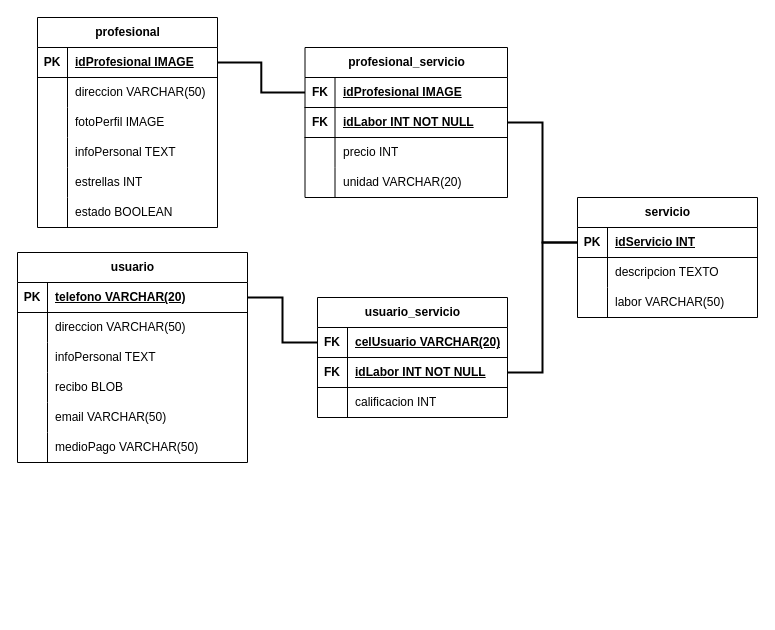
This is Diagramas/Diagrama Relacional.drawio from Hazzard1912/domesticapp, a draw.io file, before an edit. Source tidied: cells renumbered, new cells numbered last; positions are measured from the earlier drawing's top-left corner, leaving out a move shared by most shapes. Both pictures are drawn from the tidied source at 100%, with x=0, y=0 at pixel (17, 17).
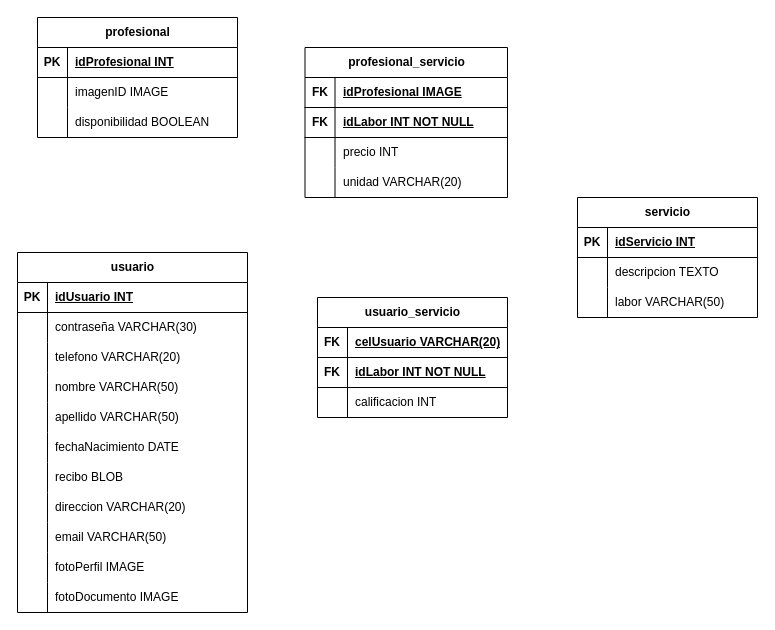
The same page after the edit.

Unchanged cells that the change refers to:
```xml
<mxCell id="22" style="shape=tableRow;horizontal=0;startSize=0;swimlaneHead=0;swimlaneBody=0;fillColor=none;points=[[0,0.5],[1,0.5]];portConstraint=eastwest;top=0;left=0;right=0;bottom=1;" parent="21" vertex="1">
  <mxGeometry y="30" width="180" height="30" as="geometry" />
</mxCell>
<mxCell id="32" style="shape=tableRow;horizontal=0;startSize=0;swimlaneHead=0;swimlaneBody=0;fillColor=none;points=[[0,0.5],[1,0.5]];portConstraint=eastwest;top=0;left=0;right=0;bottom=1;" parent="31" vertex="1">
  <mxGeometry y="30" width="230" height="30" as="geometry" />
</mxCell>
<mxCell id="35" style="shape=tableRow;horizontal=0;startSize=0;swimlaneHead=0;swimlaneBody=0;fillColor=none;top=0;left=0;right=0;bottom=0;" parent="31" vertex="1">
  <mxGeometry y="60" width="230" height="30" as="geometry" />
</mxCell>
<mxCell id="38" style="shape=tableRow;horizontal=0;startSize=0;swimlaneHead=0;swimlaneBody=0;fillColor=none;top=0;left=0;right=0;bottom=0;" parent="31" vertex="1">
  <mxGeometry y="90" width="230" height="30" as="geometry" />
</mxCell>
<mxCell id="41" style="shape=tableRow;horizontal=0;startSize=0;swimlaneHead=0;swimlaneBody=0;fillColor=none;top=0;left=0;right=0;bottom=0;" parent="31" vertex="1">
  <mxGeometry y="120" width="230" height="30" as="geometry" />
</mxCell>
<mxCell id="44" style="shape=tableRow;horizontal=0;startSize=0;swimlaneHead=0;swimlaneBody=0;fillColor=none;top=0;left=0;right=0;bottom=0;" parent="31" vertex="1">
  <mxGeometry y="150" width="230" height="30" as="geometry" />
</mxCell>
<mxCell id="47" style="shape=tableRow;horizontal=0;startSize=0;swimlaneHead=0;swimlaneBody=0;fillColor=none;top=0;left=0;right=0;bottom=0;" parent="31" vertex="1">
  <mxGeometry y="180" width="230" height="30" as="geometry" />
</mxCell>
<mxCell id="51" style="shape=tableRow;horizontal=0;startSize=0;swimlaneHead=0;swimlaneBody=0;fillColor=none;points=[[0,0.5],[1,0.5]];portConstraint=eastwest;top=0;left=0;right=0;bottom=1;" parent="50" vertex="1">
  <mxGeometry y="30" width="202.5" height="30" as="geometry" />
</mxCell>
<mxCell id="54" style="shape=tableRow;horizontal=0;startSize=0;swimlaneHead=0;swimlaneBody=0;fillColor=none;points=[[0,0.5],[1,0.5]];portConstraint=eastwest;top=0;left=0;right=0;bottom=1;" parent="50" vertex="1">
  <mxGeometry y="60" width="202.5" height="30" as="geometry" />
</mxCell>
<mxCell id="64" style="shape=tableRow;horizontal=0;startSize=0;swimlaneHead=0;swimlaneBody=0;fillColor=none;points=[[0,0.5],[1,0.5]];portConstraint=eastwest;top=0;left=0;right=0;bottom=1;" parent="63" vertex="1">
  <mxGeometry y="30" width="190" height="30" as="geometry" />
</mxCell>
<mxCell id="67" style="shape=tableRow;horizontal=0;startSize=0;swimlaneHead=0;swimlaneBody=0;fillColor=none;points=[[0,0.5],[1,0.5]];portConstraint=eastwest;top=0;left=0;right=0;bottom=1;" parent="63" vertex="1">
  <mxGeometry y="60" width="190" height="30" as="geometry" />
</mxCell>
```

Diff of the diagram source:
```diff
@@
     <mxCell id="2" value="profesional" style="shape=table;startSize=30;childLayout=tableLayout;rowLines=0;fontStyle=1;align=center;html=1;" parent="1" vertex="1">
-      <mxGeometry x="20" width="180" height="210" as="geometry" />
+      <mxGeometry x="20" width="200" height="120" as="geometry" />
     </mxCell>
     <mxCell id="3" style="shape=tableRow;horizontal=0;startSize=0;swimlaneHead=0;swimlaneBody=0;fillColor=none;points=[[0,0.5],[1,0.5]];portConstraint=eastwest;top=0;left=0;right=0;bottom=1;" parent="2" vertex="1">
-      <mxGeometry y="30" width="180" height="30" as="geometry" />
+      <mxGeometry y="30" width="200" height="30" as="geometry" />
     </mxCell>
@@
-    <mxCell id="5" value="idProfesional IMAGE" style="shape=partialRectangle;fillColor=none;top=0;left=0;bottom=0;right=0;align=left;spacingLeft=6;fontStyle=5;overflow=hidden;whiteSpace=wrap;html=1;" parent="3" vertex="1">
-      <mxGeometry x="30" width="150" height="30" as="geometry" />
+    <mxCell id="5" value="idProfesional INT" style="shape=partialRectangle;fillColor=none;top=0;left=0;bottom=0;right=0;align=left;spacingLeft=6;fontStyle=5;overflow=hidden;whiteSpace=wrap;html=1;" parent="3" vertex="1">
+      <mxGeometry x="30" width="170" height="30" as="geometry" />
     </mxCell>
     <mxCell id="6" style="shape=tableRow;horizontal=0;startSize=0;swimlaneHead=0;swimlaneBody=0;fillColor=none;top=0;left=0;right=0;bottom=0;" parent="2" vertex="1">
-      <mxGeometry y="60" width="180" height="30" as="geometry" />
+      <mxGeometry y="60" width="200" height="30" as="geometry" />
     </mxCell>
@@
-    <mxCell id="8" value="direccion VARCHAR(50)" style="shape=partialRectangle;fillColor=none;top=0;left=0;bottom=0;right=0;align=left;spacingLeft=6;overflow=hidden;whiteSpace=wrap;html=1;" parent="6" vertex="1">
-      <mxGeometry x="30" width="150" height="30" as="geometry" />
+    <mxCell id="8" value="imagenID IMAGE" style="shape=partialRectangle;fillColor=none;top=0;left=0;bottom=0;right=0;align=left;spacingLeft=6;overflow=hidden;whiteSpace=wrap;html=1;" parent="6" vertex="1">
+      <mxGeometry x="30" width="170" height="30" as="geometry" />
     </mxCell>
-    <mxCell id="9" style="shape=tableRow;horizontal=0;startSize=0;swimlaneHead=0;swimlaneBody=0;fillColor=none;top=0;left=0;right=0;bottom=0;" parent="2" vertex="1">
-      <mxGeometry y="90" width="180" height="30" as="geometry" />
-    </mxCell>
-    <mxCell id="10" style="shape=partialRectangle;fillColor=none;top=0;left=0;bottom=0;right=0;overflow=hidden;whiteSpace=wrap;html=1;" parent="9" vertex="1">
-      <mxGeometry width="30" height="30" as="geometry" />
-    </mxCell>
-    <mxCell id="11" value="fotoPerfil IMAGE" style="shape=partialRectangle;fillColor=none;top=0;left=0;bottom=0;right=0;align=left;spacingLeft=6;overflow=hidden;whiteSpace=wrap;html=1;" parent="9" vertex="1">
-      <mxGeometry x="30" width="150" height="30" as="geometry" />
-    </mxCell>
-    <mxCell id="12" style="shape=tableRow;horizontal=0;startSize=0;swimlaneHead=0;swimlaneBody=0;fillColor=none;top=0;left=0;right=0;bottom=0;" parent="2" vertex="1">
-      <mxGeometry y="120" width="180" height="30" as="geometry" />
-    </mxCell>
-    <mxCell id="13" style="shape=partialRectangle;fillColor=none;top=0;left=0;bottom=0;right=0;overflow=hidden;whiteSpace=wrap;html=1;" parent="12" vertex="1">
-      <mxGeometry width="30" height="30" as="geometry" />
-    </mxCell>
-    <mxCell id="14" value="infoPersonal TEXT" style="shape=partialRectangle;fillColor=none;top=0;left=0;bottom=0;right=0;align=left;spacingLeft=6;overflow=hidden;whiteSpace=wrap;html=1;" parent="12" vertex="1">
-      <mxGeometry x="30" width="150" height="30" as="geometry" />
-    </mxCell>
-    <mxCell id="15" style="shape=tableRow;horizontal=0;startSize=0;swimlaneHead=0;swimlaneBody=0;fillColor=none;top=0;left=0;right=0;bottom=0;" parent="2" vertex="1">
-      <mxGeometry y="150" width="180" height="30" as="geometry" />
-    </mxCell>
-    <mxCell id="16" style="shape=partialRectangle;fillColor=none;top=0;left=0;bottom=0;right=0;overflow=hidden;whiteSpace=wrap;html=1;" parent="15" vertex="1">
-      <mxGeometry width="30" height="30" as="geometry" />
-    </mxCell>
-    <mxCell id="17" value="estrellas INT" style="shape=partialRectangle;fillColor=none;top=0;left=0;bottom=0;right=0;align=left;spacingLeft=6;overflow=hidden;whiteSpace=wrap;html=1;" parent="15" vertex="1">
-      <mxGeometry x="30" width="150" height="30" as="geometry" />
-    </mxCell>
     <mxCell id="18" style="shape=tableRow;horizontal=0;startSize=0;swimlaneHead=0;swimlaneBody=0;fillColor=none;top=0;left=0;right=0;bottom=0;" parent="2" vertex="1">
-      <mxGeometry y="180" width="180" height="30" as="geometry" />
+      <mxGeometry y="90" width="200" height="30" as="geometry" />
     </mxCell>
@@
-    <mxCell id="20" value="estado BOOLEAN" style="shape=partialRectangle;fillColor=none;top=0;left=0;bottom=0;right=0;align=left;spacingLeft=6;overflow=hidden;whiteSpace=wrap;html=1;" parent="18" vertex="1">
-      <mxGeometry x="30" width="150" height="30" as="geometry" />
+    <mxCell id="20" value="disponibilidad BOOLEAN" style="shape=partialRectangle;fillColor=none;top=0;left=0;bottom=0;right=0;align=left;spacingLeft=6;overflow=hidden;whiteSpace=wrap;html=1;" parent="18" vertex="1">
+      <mxGeometry x="30" width="170" height="30" as="geometry" />
     </mxCell>
@@
     <mxCell id="31" value="usuario" style="shape=table;startSize=30;childLayout=tableLayout;rowLines=0;fontStyle=1;align=center;html=1;" parent="1" vertex="1">
-      <mxGeometry y="235" width="230" height="210" as="geometry" />
+      <mxGeometry y="235" width="230" height="360" as="geometry" />
     </mxCell>
@@
-    <mxCell id="34" value="telefono VARCHAR(20)" style="shape=partialRectangle;fillColor=none;top=0;left=0;bottom=0;right=0;align=left;spacingLeft=6;fontStyle=5;overflow=hidden;whiteSpace=wrap;html=1;" parent="32" vertex="1">
+    <mxCell id="34" value="idUsuario INT" style="shape=partialRectangle;fillColor=none;top=0;left=0;bottom=0;right=0;align=left;spacingLeft=6;fontStyle=5;overflow=hidden;whiteSpace=wrap;html=1;" parent="32" vertex="1">
       <mxGeometry x="30" width="200" height="30" as="geometry" />
     </mxCell>
@@
-    <mxCell id="37" value="direccion VARCHAR(50)" style="shape=partialRectangle;fillColor=none;top=0;left=0;bottom=0;right=0;align=left;spacingLeft=6;overflow=hidden;whiteSpace=wrap;html=1;" parent="35" vertex="1">
+    <mxCell id="37" value="contraseña VARCHAR(30)" style="shape=partialRectangle;fillColor=none;top=0;left=0;bottom=0;right=0;align=left;spacingLeft=6;overflow=hidden;whiteSpace=wrap;html=1;" parent="35" vertex="1">
       <mxGeometry x="30" width="200" height="30" as="geometry" />
     </mxCell>
@@
-    <mxCell id="40" value="infoPersonal TEXT" style="shape=partialRectangle;fillColor=none;top=0;left=0;bottom=0;right=0;align=left;spacingLeft=6;overflow=hidden;whiteSpace=wrap;html=1;" parent="38" vertex="1">
+    <mxCell id="40" value="telefono VARCHAR(20)" style="shape=partialRectangle;fillColor=none;top=0;left=0;bottom=0;right=0;align=left;spacingLeft=6;overflow=hidden;whiteSpace=wrap;html=1;" parent="38" vertex="1">
       <mxGeometry x="30" width="200" height="30" as="geometry" />
     </mxCell>
@@
-    <mxCell id="43" value="recibo BLOB" style="shape=partialRectangle;fillColor=none;top=0;left=0;bottom=0;right=0;align=left;spacingLeft=6;overflow=hidden;whiteSpace=wrap;html=1;" parent="41" vertex="1">
+    <mxCell id="43" value="nombre VARCHAR(50)" style="shape=partialRectangle;fillColor=none;top=0;left=0;bottom=0;right=0;align=left;spacingLeft=6;overflow=hidden;whiteSpace=wrap;html=1;" parent="41" vertex="1">
       <mxGeometry x="30" width="200" height="30" as="geometry" />
     </mxCell>
@@
-    <mxCell id="46" value="email VARCHAR(50)" style="shape=partialRectangle;fillColor=none;top=0;left=0;bottom=0;right=0;align=left;spacingLeft=6;overflow=hidden;whiteSpace=wrap;html=1;" parent="44" vertex="1">
+    <mxCell id="46" value="apellido VARCHAR(50)" style="shape=partialRectangle;fillColor=none;top=0;left=0;bottom=0;right=0;align=left;spacingLeft=6;overflow=hidden;whiteSpace=wrap;html=1;" parent="44" vertex="1">
       <mxGeometry x="30" width="200" height="30" as="geometry" />
     </mxCell>
@@
-    <mxCell id="49" value="medioPago VARCHAR(50)" style="shape=partialRectangle;fillColor=none;top=0;left=0;bottom=0;right=0;align=left;spacingLeft=6;overflow=hidden;whiteSpace=wrap;html=1;" parent="47" vertex="1">
+    <mxCell id="49" value="fechaNacimiento DATE" style="shape=partialRectangle;fillColor=none;top=0;left=0;bottom=0;right=0;align=left;spacingLeft=6;overflow=hidden;whiteSpace=wrap;html=1;" parent="47" vertex="1">
       <mxGeometry x="30" width="200" height="30" as="geometry" />
     </mxCell>
+    <mxCell id="77" style="shape=tableRow;horizontal=0;startSize=0;swimlaneHead=0;swimlaneBody=0;fillColor=none;top=0;left=0;right=0;bottom=0;" parent="31" vertex="1">
+      <mxGeometry y="210" width="230" height="30" as="geometry" />
+    </mxCell>
+    <mxCell id="78" style="shape=partialRectangle;fillColor=none;top=0;left=0;bottom=0;right=0;overflow=hidden;whiteSpace=wrap;html=1;" parent="77" vertex="1">
+      <mxGeometry width="30" height="30" as="geometry" />
+    </mxCell>
+    <mxCell id="79" value="recibo BLOB" style="shape=partialRectangle;fillColor=none;top=0;left=0;bottom=0;right=0;align=left;spacingLeft=6;overflow=hidden;whiteSpace=wrap;html=1;" parent="77" vertex="1">
+      <mxGeometry x="30" width="200" height="30" as="geometry" />
+    </mxCell>
+    <mxCell id="80" style="shape=tableRow;horizontal=0;startSize=0;swimlaneHead=0;swimlaneBody=0;fillColor=none;top=0;left=0;right=0;bottom=0;" parent="31" vertex="1">
+      <mxGeometry y="240" width="230" height="30" as="geometry" />
+    </mxCell>
+    <mxCell id="81" style="shape=partialRectangle;fillColor=none;top=0;left=0;bottom=0;right=0;overflow=hidden;whiteSpace=wrap;html=1;" parent="80" vertex="1">
+      <mxGeometry width="30" height="30" as="geometry" />
+    </mxCell>
+    <mxCell id="82" value="direccion VARCHAR(20)" style="shape=partialRectangle;fillColor=none;top=0;left=0;bottom=0;right=0;align=left;spacingLeft=6;overflow=hidden;whiteSpace=wrap;html=1;" parent="80" vertex="1">
+      <mxGeometry x="30" width="200" height="30" as="geometry" />
+    </mxCell>
+    <mxCell id="83" style="shape=tableRow;horizontal=0;startSize=0;swimlaneHead=0;swimlaneBody=0;fillColor=none;top=0;left=0;right=0;bottom=0;" parent="31" vertex="1">
+      <mxGeometry y="270" width="230" height="30" as="geometry" />
+    </mxCell>
+    <mxCell id="84" style="shape=partialRectangle;fillColor=none;top=0;left=0;bottom=0;right=0;overflow=hidden;whiteSpace=wrap;html=1;" parent="83" vertex="1">
+      <mxGeometry width="30" height="30" as="geometry" />
+    </mxCell>
+    <mxCell id="85" value="email VARCHAR(50)" style="shape=partialRectangle;fillColor=none;top=0;left=0;bottom=0;right=0;align=left;spacingLeft=6;overflow=hidden;whiteSpace=wrap;html=1;" parent="83" vertex="1">
+      <mxGeometry x="30" width="200" height="30" as="geometry" />
+    </mxCell>
+    <mxCell id="86" style="shape=tableRow;horizontal=0;startSize=0;swimlaneHead=0;swimlaneBody=0;fillColor=none;top=0;left=0;right=0;bottom=0;" parent="31" vertex="1">
+      <mxGeometry y="300" width="230" height="30" as="geometry" />
+    </mxCell>
+    <mxCell id="87" style="shape=partialRectangle;fillColor=none;top=0;left=0;bottom=0;right=0;overflow=hidden;whiteSpace=wrap;html=1;" parent="86" vertex="1">
+      <mxGeometry width="30" height="30" as="geometry" />
+    </mxCell>
+    <mxCell id="11" value="fotoPerfil IMAGE" style="shape=partialRectangle;fillColor=none;top=0;left=0;bottom=0;right=0;align=left;spacingLeft=6;overflow=hidden;whiteSpace=wrap;html=1;" parent="86" vertex="1">
+      <mxGeometry x="30" width="200" height="30" as="geometry" />
+    </mxCell>
+    <mxCell id="88" style="shape=tableRow;horizontal=0;startSize=0;swimlaneHead=0;swimlaneBody=0;fillColor=none;top=0;left=0;right=0;bottom=0;" parent="31" vertex="1">
+      <mxGeometry y="330" width="230" height="30" as="geometry" />
+    </mxCell>
+    <mxCell id="89" style="shape=partialRectangle;fillColor=none;top=0;left=0;bottom=0;right=0;overflow=hidden;whiteSpace=wrap;html=1;" parent="88" vertex="1">
+      <mxGeometry width="30" height="30" as="geometry" />
+    </mxCell>
+    <mxCell id="90" value="fotoDocumento IMAGE" style="shape=partialRectangle;fillColor=none;top=0;left=0;bottom=0;right=0;align=left;spacingLeft=6;overflow=hidden;whiteSpace=wrap;html=1;" parent="88" vertex="1">
+      <mxGeometry x="30" width="200" height="30" as="geometry" />
+    </mxCell>
@@
-    <mxCell id="73" style="edgeStyle=orthogonalEdgeStyle;rounded=0;jettySize=auto;html=1;exitX=0;exitY=0.5;exitDx=0;exitDy=0;entryX=1;entryY=0.5;entryDx=0;entryDy=0;endArrow=none;endFill=0;strokeWidth=2;" parent="1" edge="1" source="22" target="54">
-      <mxGeometry relative="1" as="geometry" />
-    </mxCell>
-    <mxCell id="74" style="edgeStyle=orthogonalEdgeStyle;rounded=0;jettySize=auto;html=1;exitX=0;exitY=0.5;exitDx=0;exitDy=0;entryX=1;entryY=0.5;entryDx=0;entryDy=0;endArrow=none;endFill=0;strokeWidth=2;" parent="1" edge="1" source="22" target="67">
-      <mxGeometry relative="1" as="geometry" />
-    </mxCell>
-    <mxCell id="75" style="edgeStyle=orthogonalEdgeStyle;rounded=0;jettySize=auto;html=1;exitX=1;exitY=0.5;exitDx=0;exitDy=0;entryX=0;entryY=0.5;entryDx=0;entryDy=0;endArrow=none;endFill=0;strokeWidth=2;" parent="1" edge="1" source="3" target="51">
-      <mxGeometry relative="1" as="geometry" />
-    </mxCell>
-    <mxCell id="76" style="edgeStyle=orthogonalEdgeStyle;rounded=0;jettySize=auto;html=1;exitX=1;exitY=0.5;exitDx=0;exitDy=0;entryX=0;entryY=0.5;entryDx=0;entryDy=0;endArrow=none;endFill=0;strokeWidth=2;" parent="1" edge="1" source="32" target="64">
-      <mxGeometry relative="1" as="geometry" />
-    </mxCell>
```
